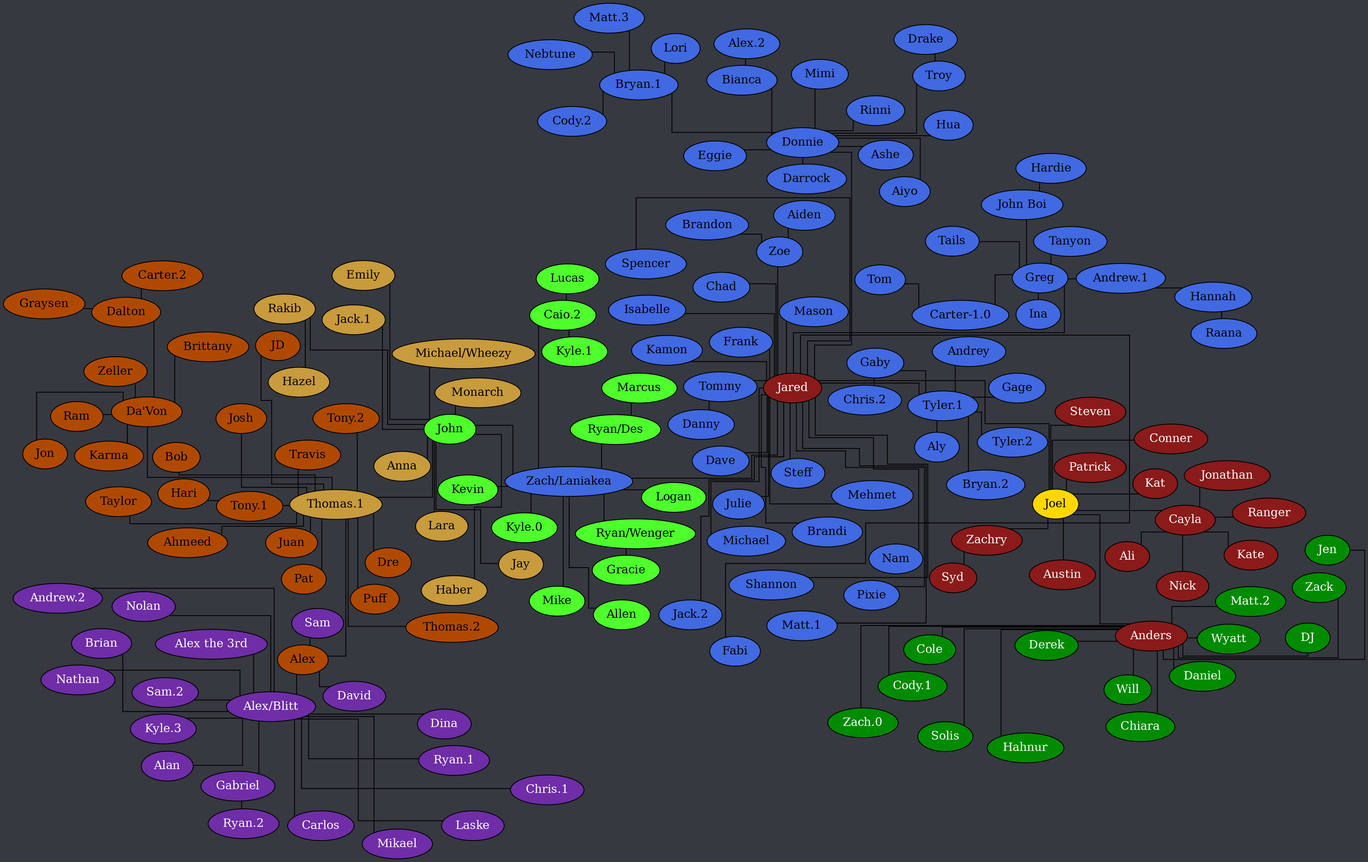
This is tree.png from Documidas/CoronaCatzFamilyTree, a Graphviz export, as it was before one commit. Its source is kept beside it as tree.dot.
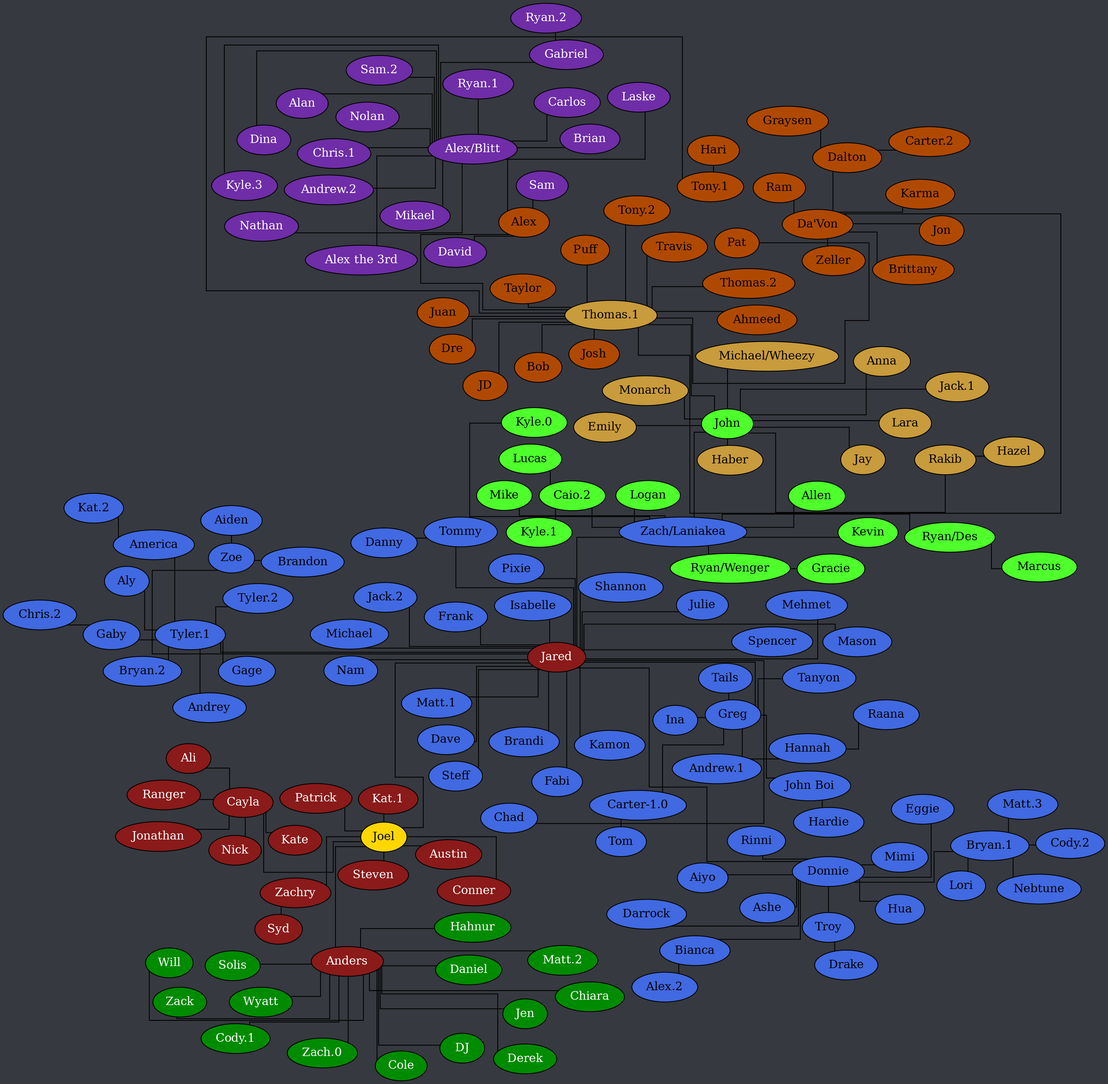
After the change.

Commit message:
Kat -> Kat.1, +America, +Kat.2

The edit, as a diff of the source:
```diff
@@ -25,7 +25,7 @@
 		Joel -- Cayla;
 		Joel -- Conner;
 		Joel -- Jared;
-		Joel -- Kat;
+		Joel -- "Kat.1";
 		Joel -- Patrick;
 		Joel -- Steven;
 		Joel -- Zachry;
@@ -55,6 +55,7 @@
 		node [ style=filled fillcolor="royalblue" fontcolor="black" ];
 
 		"Andrew.1" -- Hannah;
+		America -- "Kat.2";
 		Bianca -- "Alex.2";
 		"Bryan.1" -- "Cody.2";
 		"Bryan.1" -- Lori;
@@ -107,6 +108,7 @@
 		Tommy -- Danny;
 		Troy -- Drake;
 		"Tyler.1" -- Aly;
+		"Tyler.1" -- America;
 		"Tyler.1" -- Andrey;
 		"Tyler.1" -- "Bryan.2";
 		"Tyler.1" -- Gaby;
```
